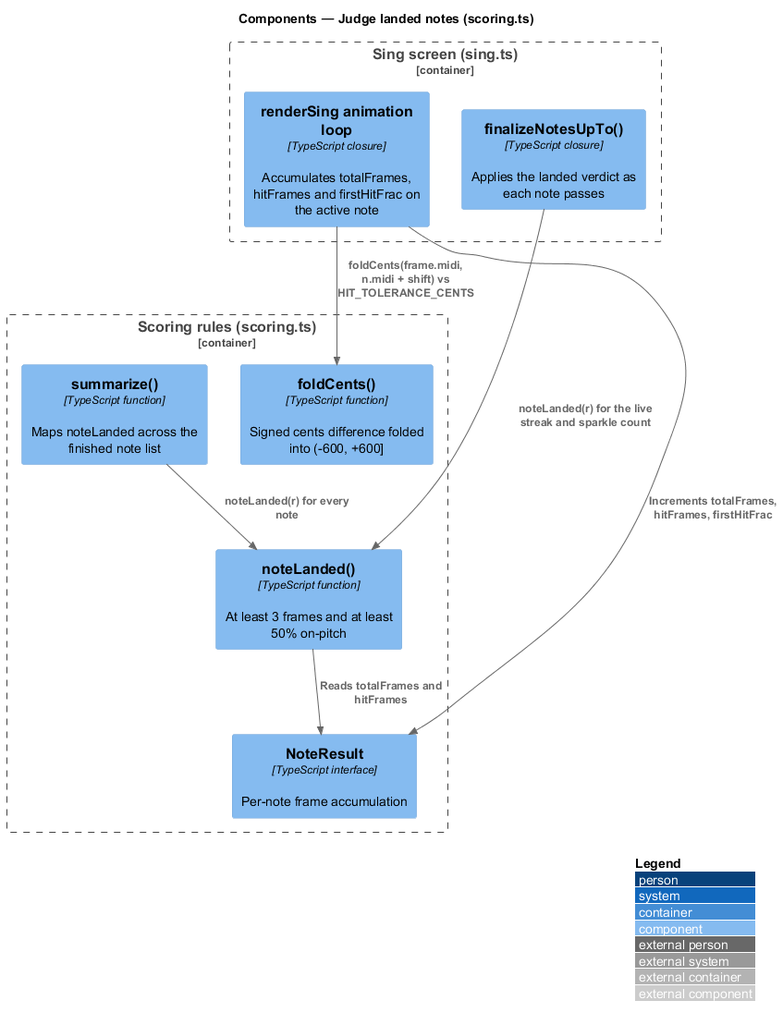
Above: docs/detailed-designs/scoring-and-results/judge-landed-notes/diagrams/c4-component.png in QuinntyneBrown/TwinkleTune (PlantUML), before the change. The source it was exported from:
```plantuml
@startuml
!include <C4/C4_Component>
LAYOUT_WITH_LEGEND()
title Components — Judge landed notes (scoring.ts)

Container_Boundary(sing, "Sing screen (sing.ts)") {
  Component(loop, "renderSing animation loop", "TypeScript closure", "Accumulates totalFrames, hitFrames and firstHitFrac on the active note")
  Component(finalize, "finalizeNotesUpTo()", "TypeScript closure", "Applies the landed verdict as each note passes")
}
Container_Boundary(scoring, "Scoring rules (scoring.ts)") {
  Component(fold, "foldCents()", "TypeScript function", "Signed cents difference folded into (-600, +600]")
  Component(landed, "noteLanded()", "TypeScript function", "At least 3 frames and at least 50% on-pitch")
  Component(result, "NoteResult", "TypeScript interface", "Per-note frame accumulation")
  Component(summarize, "summarize()", "TypeScript function", "Maps noteLanded across the finished note list")
}

Rel(loop, fold, "foldCents(frame.midi, n.midi + shift) vs HIT_TOLERANCE_CENTS")
Rel(loop, result, "Increments totalFrames, hitFrames, firstHitFrac")
Rel(finalize, landed, "noteLanded(r) for the live streak and sparkle count")
Rel(landed, result, "Reads totalFrames and hitFrames")
Rel(summarize, landed, "noteLanded(r) for every note")
@enduml
```
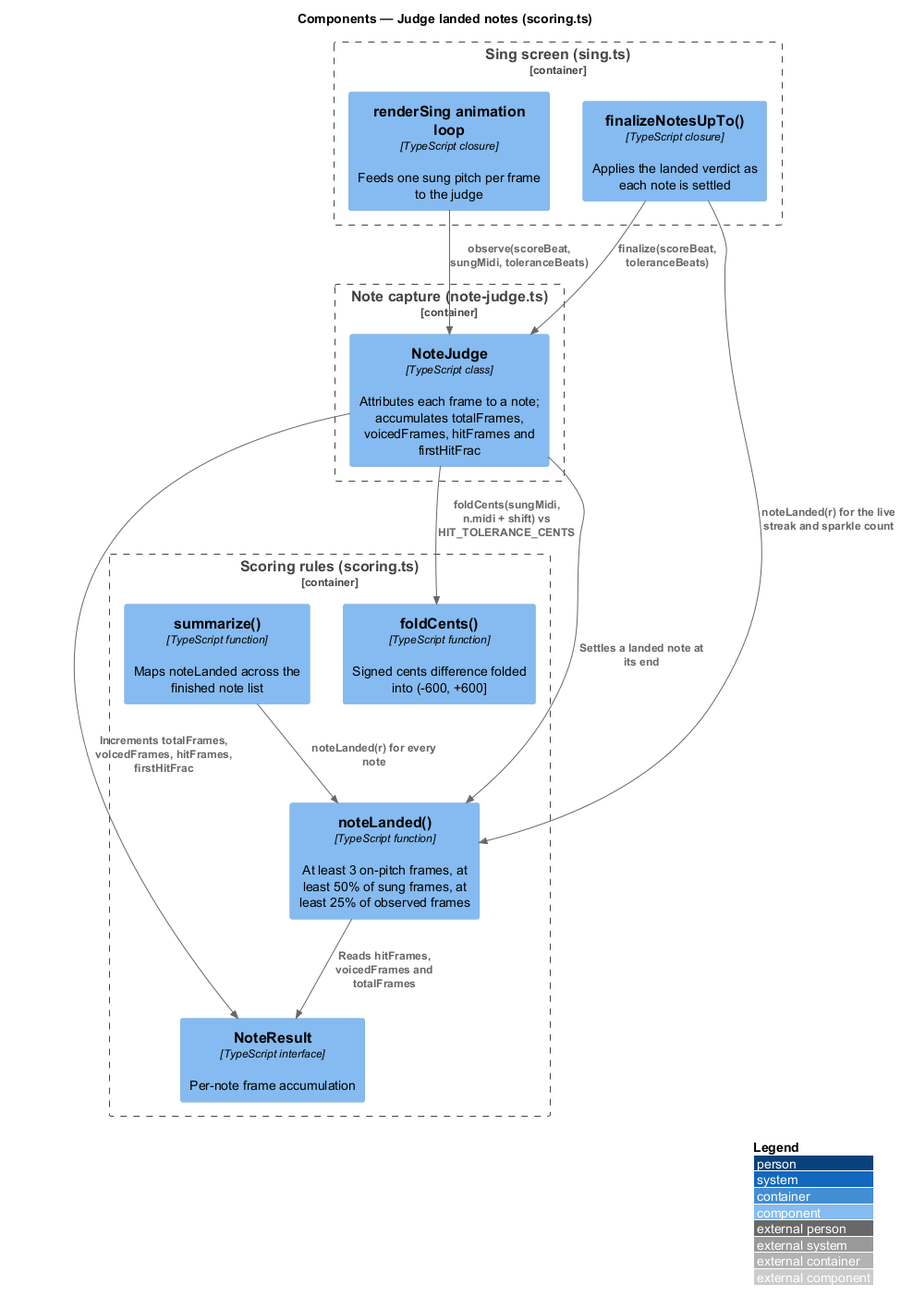
After the commit.

Diff of the diagram source:
```diff
@@ -4,19 +4,25 @@
 title Components — Judge landed notes (scoring.ts)
 
 Container_Boundary(sing, "Sing screen (sing.ts)") {
-  Component(loop, "renderSing animation loop", "TypeScript closure", "Accumulates totalFrames, hitFrames and firstHitFrac on the active note")
-  Component(finalize, "finalizeNotesUpTo()", "TypeScript closure", "Applies the landed verdict as each note passes")
+  Component(loop, "renderSing animation loop", "TypeScript closure", "Feeds one sung pitch per frame to the judge")
+  Component(finalize, "finalizeNotesUpTo()", "TypeScript closure", "Applies the landed verdict as each note is settled")
+}
+Container_Boundary(judgeMod, "Note capture (note-judge.ts)") {
+  Component(judge, "NoteJudge", "TypeScript class", "Attributes each frame to a note; accumulates totalFrames, voicedFrames, hitFrames and firstHitFrac")
 }
 Container_Boundary(scoring, "Scoring rules (scoring.ts)") {
   Component(fold, "foldCents()", "TypeScript function", "Signed cents difference folded into (-600, +600]")
-  Component(landed, "noteLanded()", "TypeScript function", "At least 3 frames and at least 50% on-pitch")
+  Component(landed, "noteLanded()", "TypeScript function", "At least 3 on-pitch frames, at least 50% of sung frames, at least 25% of observed frames")
   Component(result, "NoteResult", "TypeScript interface", "Per-note frame accumulation")
   Component(summarize, "summarize()", "TypeScript function", "Maps noteLanded across the finished note list")
 }
 
-Rel(loop, fold, "foldCents(frame.midi, n.midi + shift) vs HIT_TOLERANCE_CENTS")
-Rel(loop, result, "Increments totalFrames, hitFrames, firstHitFrac")
+Rel(loop, judge, "observe(scoreBeat, sungMidi, toleranceBeats)")
+Rel(judge, fold, "foldCents(sungMidi, n.midi + shift) vs HIT_TOLERANCE_CENTS")
+Rel(judge, result, "Increments totalFrames, voicedFrames, hitFrames, firstHitFrac")
+Rel(finalize, judge, "finalize(scoreBeat, toleranceBeats)")
+Rel(judge, landed, "Settles a landed note at its end")
 Rel(finalize, landed, "noteLanded(r) for the live streak and sparkle count")
-Rel(landed, result, "Reads totalFrames and hitFrames")
+Rel(landed, result, "Reads hitFrames, voicedFrames and totalFrames")
 Rel(summarize, landed, "noteLanded(r) for every note")
 @enduml
```
